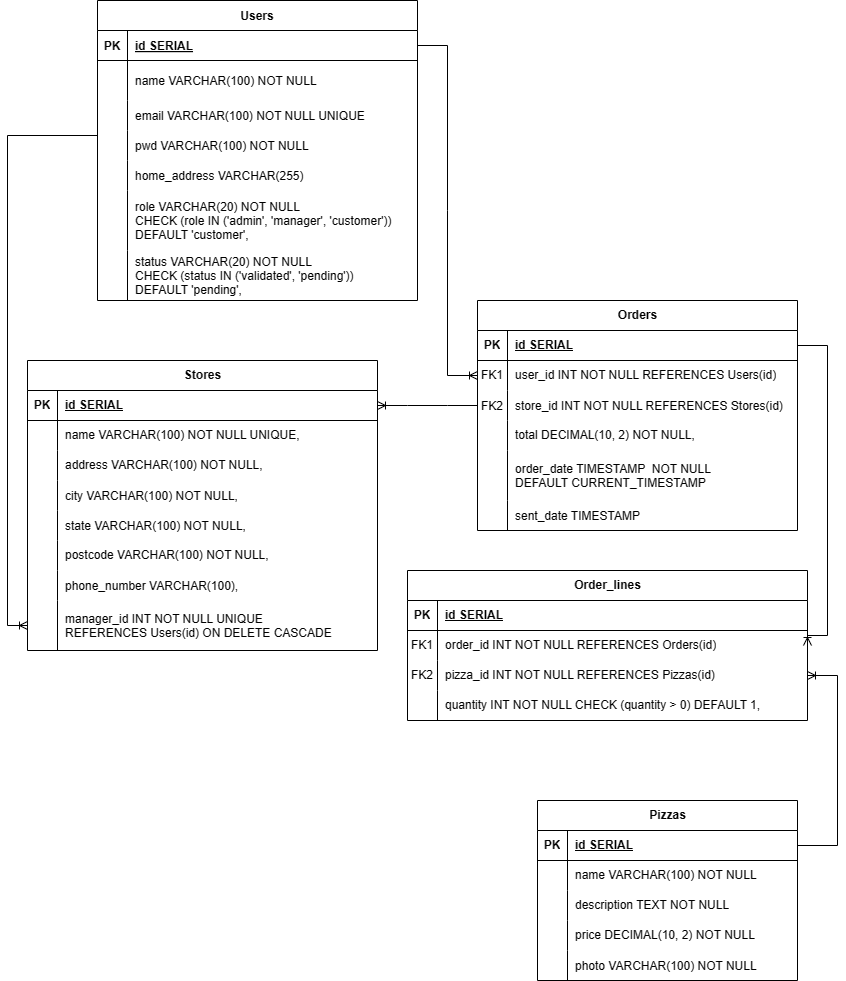
The draw.io diagram src/bd_info/modelo_ER.drawio.png in guoruipan/pitsa-jaus, before a commit. Source tidied: cells renumbered, new cells last; positions are measured from the earlier drawing's top-left corner, leaving out a move shared by most shapes.
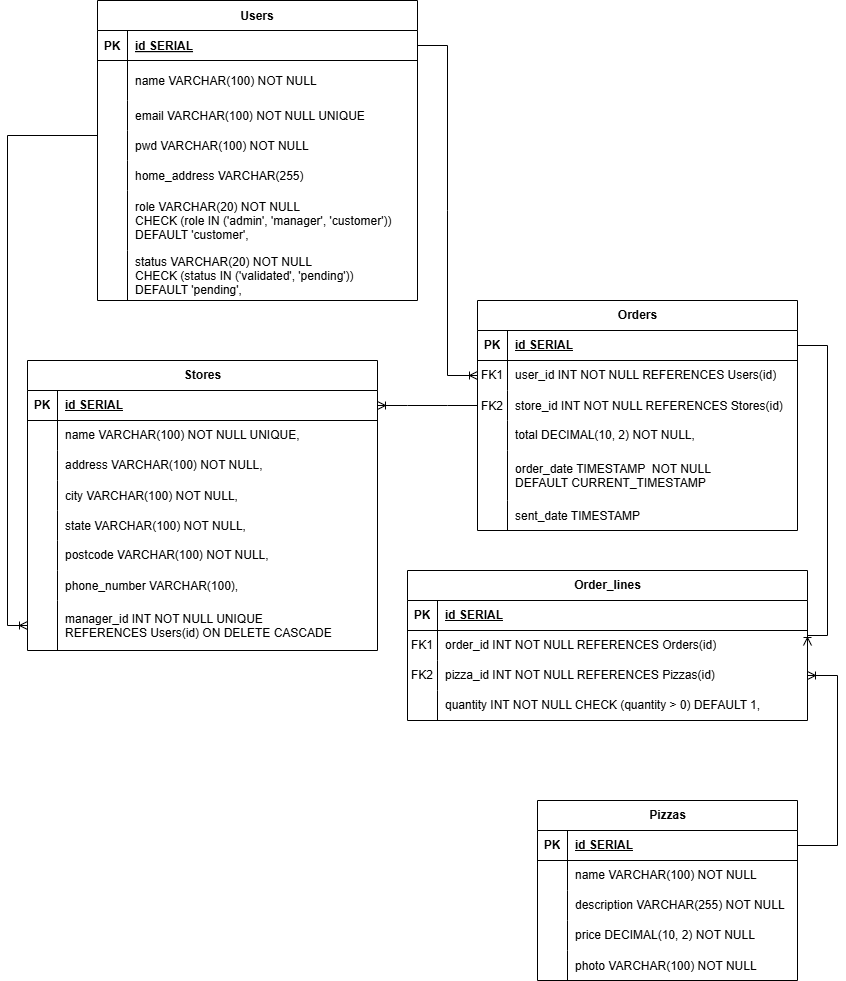
After the change.

What changed in the source:
```diff
@@ -29,7 +29,7 @@
     <mxCell id="10" style="shape=partialRectangle;fillColor=none;top=0;left=0;bottom=0;right=0;overflow=hidden;whiteSpace=wrap;html=1;" parent="9" vertex="1">
       <mxGeometry width="30" height="30" as="geometry" />
     </mxCell>
-    <mxCell id="11" value="description TEXT NOT NULL" style="shape=partialRectangle;fillColor=none;top=0;left=0;bottom=0;right=0;align=left;spacingLeft=6;overflow=hidden;whiteSpace=wrap;html=1;" parent="9" vertex="1">
+    <mxCell id="11" value="description VARCHAR(255) NOT NULL" style="shape=partialRectangle;fillColor=none;top=0;left=0;bottom=0;right=0;align=left;spacingLeft=6;overflow=hidden;whiteSpace=wrap;html=1;" parent="9" vertex="1">
       <mxGeometry x="30" width="230" height="30" as="geometry" />
     </mxCell>
     <mxCell id="12" style="shape=tableRow;horizontal=0;startSize=0;swimlaneHead=0;swimlaneBody=0;fillColor=none;top=0;left=0;right=0;bottom=0;" parent="2" vertex="1">
```
